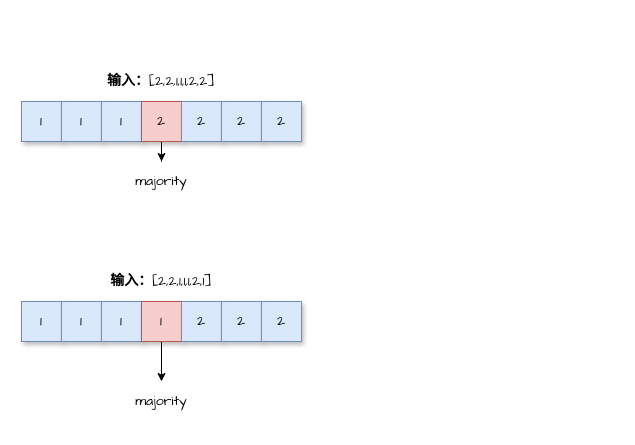
goldknife6/algorithm keeps this draw.io diagram as draw.io/多数元素.drawio. Above is the earlier version. Source tidied: cells renumbered, new cells numbered last; positions are measured from the earlier drawing's top-left corner, leaving out a move shared by most shapes. Both pictures are drawn from the tidied source at 100%, with x=0, y=0 at pixel (21, 61).
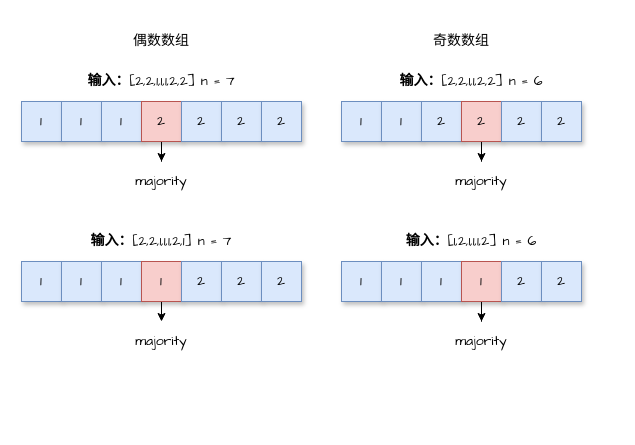
After the change.

Commit message (it also covers changes not shown here):
更新多数元素.drawio

What changed in the source:
```diff
@@
     <mxCell id="10" value="&lt;font style=&quot;font-size: 14px&quot; face=&quot;Comic Sans MS&quot;&gt;1&lt;/font&gt;" style="rounded=0;whiteSpace=wrap;html=1;shadow=1;sketch=0;fillColor=#dae8fc;strokeColor=#6c8ebf;" parent="1" vertex="1">
-      <mxGeometry y="240" width="40" height="40" as="geometry" />
+      <mxGeometry y="200" width="40" height="40" as="geometry" />
     </mxCell>
     <mxCell id="11" value="&lt;font style=&quot;font-size: 14px&quot; face=&quot;Comic Sans MS&quot;&gt;1&lt;/font&gt;" style="rounded=0;whiteSpace=wrap;html=1;shadow=1;sketch=0;fillColor=#dae8fc;strokeColor=#6c8ebf;" parent="1" vertex="1">
-      <mxGeometry x="40" y="240" width="40" height="40" as="geometry" />
+      <mxGeometry x="40" y="200" width="40" height="40" as="geometry" />
     </mxCell>
     <mxCell id="12" value="&lt;font style=&quot;font-size: 14px&quot; face=&quot;Comic Sans MS&quot;&gt;1&lt;/font&gt;" style="rounded=0;whiteSpace=wrap;html=1;shadow=1;sketch=0;fillColor=#dae8fc;strokeColor=#6c8ebf;" parent="1" vertex="1">
-      <mxGeometry x="80" y="240" width="40" height="40" as="geometry" />
+      <mxGeometry x="80" y="200" width="40" height="40" as="geometry" />
     </mxCell>
@@
     <mxCell id="14" value="&lt;font style=&quot;font-size: 14px&quot; face=&quot;Comic Sans MS&quot;&gt;1&lt;/font&gt;" style="rounded=0;whiteSpace=wrap;html=1;shadow=1;sketch=0;fillColor=#f8cecc;strokeColor=#b85450;" parent="1" vertex="1">
-      <mxGeometry x="120" y="240" width="40" height="40" as="geometry" />
+      <mxGeometry x="120" y="200" width="40" height="40" as="geometry" />
     </mxCell>
     <mxCell id="15" value="&lt;font style=&quot;font-size: 14px&quot; face=&quot;Comic Sans MS&quot;&gt;2&lt;/font&gt;" style="rounded=0;whiteSpace=wrap;html=1;shadow=1;sketch=0;fillColor=#dae8fc;strokeColor=#6c8ebf;" parent="1" vertex="1">
-      <mxGeometry x="160" y="240" width="40" height="40" as="geometry" />
+      <mxGeometry x="160" y="200" width="40" height="40" as="geometry" />
     </mxCell>
     <mxCell id="16" value="&lt;font style=&quot;font-size: 14px&quot; face=&quot;Comic Sans MS&quot;&gt;2&lt;/font&gt;" style="rounded=0;whiteSpace=wrap;html=1;shadow=1;sketch=0;fillColor=#dae8fc;strokeColor=#6c8ebf;" parent="1" vertex="1">
-      <mxGeometry x="200" y="240" width="40" height="40" as="geometry" />
+      <mxGeometry x="200" y="200" width="40" height="40" as="geometry" />
     </mxCell>
     <mxCell id="17" value="&lt;font style=&quot;font-size: 14px&quot; face=&quot;Comic Sans MS&quot;&gt;2&lt;/font&gt;" style="rounded=0;whiteSpace=wrap;html=1;shadow=1;sketch=0;fillColor=#dae8fc;strokeColor=#6c8ebf;" parent="1" vertex="1">
-      <mxGeometry x="240" y="240" width="40" height="40" as="geometry" />
+      <mxGeometry x="240" y="200" width="40" height="40" as="geometry" />
     </mxCell>
-    <mxCell id="18" value="&lt;div class=&quot;okr-block-clipboard&quot;&gt;&lt;/div&gt;&lt;div&gt;&lt;blockquote&gt;&lt;b&gt;输入：&lt;/b&gt;[2,2,1,1,1,2,2]&lt;/blockquote&gt;&lt;/div&gt;" style="text;html=1;strokeColor=none;fillColor=none;align=center;verticalAlign=middle;whiteSpace=wrap;rounded=0;shadow=1;sketch=0;fontFamily=Comic Sans MS;fontSize=14;" parent="1" vertex="1">
+    <mxCell id="18" value="&lt;div class=&quot;okr-block-clipboard&quot;&gt;&lt;/div&gt;&lt;div&gt;&lt;blockquote&gt;&lt;b&gt;输入：&lt;/b&gt;[2,2,1,1,1,2,2] n = 7&lt;/blockquote&gt;&lt;/div&gt;" style="text;html=1;strokeColor=none;fillColor=none;align=center;verticalAlign=middle;whiteSpace=wrap;rounded=0;shadow=1;sketch=0;fontFamily=Comic Sans MS;fontSize=14;" parent="1" vertex="1">
       <mxGeometry width="280" height="40" as="geometry" />
     </mxCell>
-    <mxCell id="19" value="&lt;div class=&quot;okr-block-clipboard&quot;&gt;&lt;/div&gt;&lt;div&gt;&lt;blockquote&gt;&lt;b&gt;输入：&lt;/b&gt;[2,2,1,1,1,2,1]&lt;/blockquote&gt;&lt;/div&gt;" style="text;html=1;strokeColor=none;fillColor=none;align=center;verticalAlign=middle;whiteSpace=wrap;rounded=0;shadow=1;sketch=0;fontFamily=Comic Sans MS;fontSize=14;" parent="1" vertex="1">
-      <mxGeometry y="200" width="280" height="40" as="geometry" />
+    <mxCell id="19" value="&lt;div class=&quot;okr-block-clipboard&quot;&gt;&lt;/div&gt;&lt;div&gt;&lt;blockquote&gt;&lt;b&gt;输入：&lt;/b&gt;[2,2,1,1,1,2,1] n = 7&lt;/blockquote&gt;&lt;/div&gt;" style="text;html=1;strokeColor=none;fillColor=none;align=center;verticalAlign=middle;whiteSpace=wrap;rounded=0;shadow=1;sketch=0;fontFamily=Comic Sans MS;fontSize=14;" parent="1" vertex="1">
+      <mxGeometry y="160" width="280" height="40" as="geometry" />
     </mxCell>
@@
     <mxCell id="21" value="majority" style="text;html=1;strokeColor=none;fillColor=none;align=center;verticalAlign=middle;whiteSpace=wrap;rounded=0;shadow=1;sketch=0;fontFamily=Comic Sans MS;fontSize=14;" parent="1" vertex="1">
-      <mxGeometry x="80" y="320" width="120" height="40" as="geometry" />
+      <mxGeometry x="80" y="260" width="120" height="40" as="geometry" />
     </mxCell>
+    <mxCell id="22" value="&lt;font style=&quot;font-size: 14px&quot; face=&quot;Comic Sans MS&quot;&gt;1&lt;/font&gt;" style="rounded=0;whiteSpace=wrap;html=1;shadow=1;sketch=0;fillColor=#dae8fc;strokeColor=#6c8ebf;" parent="1" vertex="1">
+      <mxGeometry x="320" y="40" width="40" height="40" as="geometry" />
+    </mxCell>
+    <mxCell id="23" value="&lt;font style=&quot;font-size: 14px&quot; face=&quot;Comic Sans MS&quot;&gt;1&lt;/font&gt;" style="rounded=0;whiteSpace=wrap;html=1;shadow=1;sketch=0;fillColor=#dae8fc;strokeColor=#6c8ebf;" parent="1" vertex="1">
+      <mxGeometry x="360" y="40" width="40" height="40" as="geometry" />
+    </mxCell>
+    <mxCell id="24" value="&lt;font style=&quot;font-size: 14px&quot; face=&quot;Comic Sans MS&quot;&gt;2&lt;/font&gt;" style="rounded=0;whiteSpace=wrap;html=1;shadow=1;sketch=0;fillColor=#dae8fc;strokeColor=#6c8ebf;" parent="1" vertex="1">
+      <mxGeometry x="400" y="40" width="40" height="40" as="geometry" />
+    </mxCell>
+    <mxCell id="25" style="edgeStyle=orthogonalEdgeStyle;rounded=0;jettySize=auto;html=1;exitX=0.5;exitY=1;exitDx=0;exitDy=0;fontFamily=Comic Sans MS;fontSize=14;" parent="1" edge="1" source="26" target="30">
+      <mxGeometry relative="1" as="geometry" />
+    </mxCell>
+    <mxCell id="26" value="&lt;font style=&quot;font-size: 14px&quot; face=&quot;Comic Sans MS&quot;&gt;2&lt;/font&gt;" style="rounded=0;whiteSpace=wrap;html=1;shadow=1;sketch=0;fillColor=#f8cecc;strokeColor=#b85450;" parent="1" vertex="1">
+      <mxGeometry x="440" y="40" width="40" height="40" as="geometry" />
+    </mxCell>
+    <mxCell id="27" value="&lt;font style=&quot;font-size: 14px&quot; face=&quot;Comic Sans MS&quot;&gt;2&lt;/font&gt;" style="rounded=0;whiteSpace=wrap;html=1;shadow=1;sketch=0;fillColor=#dae8fc;strokeColor=#6c8ebf;" parent="1" vertex="1">
+      <mxGeometry x="480" y="40" width="40" height="40" as="geometry" />
+    </mxCell>
+    <mxCell id="28" value="&lt;font style=&quot;font-size: 14px&quot; face=&quot;Comic Sans MS&quot;&gt;2&lt;/font&gt;" style="rounded=0;whiteSpace=wrap;html=1;shadow=1;sketch=0;fillColor=#dae8fc;strokeColor=#6c8ebf;" parent="1" vertex="1">
+      <mxGeometry x="520" y="40" width="40" height="40" as="geometry" />
+    </mxCell>
+    <mxCell id="29" value="&lt;div class=&quot;okr-block-clipboard&quot;&gt;&lt;/div&gt;&lt;div&gt;&lt;blockquote&gt;&lt;b&gt;输入：&lt;/b&gt;[2,2,1,1,2,2] n = 6&lt;/blockquote&gt;&lt;/div&gt;" style="text;html=1;strokeColor=none;fillColor=none;align=center;verticalAlign=middle;whiteSpace=wrap;rounded=0;shadow=1;sketch=0;fontFamily=Comic Sans MS;fontSize=14;" parent="1" vertex="1">
+      <mxGeometry x="310" width="280" height="40" as="geometry" />
+    </mxCell>
+    <mxCell id="30" value="majority" style="text;html=1;strokeColor=none;fillColor=none;align=center;verticalAlign=middle;whiteSpace=wrap;rounded=0;shadow=1;sketch=0;fontFamily=Comic Sans MS;fontSize=14;" parent="1" vertex="1">
+      <mxGeometry x="400" y="100" width="120" height="40" as="geometry" />
+    </mxCell>
+    <mxCell id="31" value="偶数数组" style="text;html=1;strokeColor=none;fillColor=none;align=center;verticalAlign=middle;whiteSpace=wrap;rounded=0;shadow=1;sketch=0;fontFamily=Comic Sans MS;fontSize=14;fontColor=#000000;" parent="1" vertex="1">
+      <mxGeometry x="80" y="-40" width="120" height="40" as="geometry" />
+    </mxCell>
+    <mxCell id="32" value="奇数数组" style="text;html=1;strokeColor=none;fillColor=none;align=center;verticalAlign=middle;whiteSpace=wrap;rounded=0;shadow=1;sketch=0;fontFamily=Comic Sans MS;fontSize=14;fontColor=#000000;" parent="1" vertex="1">
+      <mxGeometry x="380" y="-40" width="120" height="40" as="geometry" />
+    </mxCell>
+    <mxCell id="33" value="&lt;font style=&quot;font-size: 14px&quot; face=&quot;Comic Sans MS&quot;&gt;1&lt;/font&gt;" style="rounded=0;whiteSpace=wrap;html=1;shadow=1;sketch=0;fillColor=#dae8fc;strokeColor=#6c8ebf;" parent="1" vertex="1">
+      <mxGeometry x="320" y="200" width="40" height="40" as="geometry" />
+    </mxCell>
+    <mxCell id="34" value="&lt;font style=&quot;font-size: 14px&quot; face=&quot;Comic Sans MS&quot;&gt;1&lt;/font&gt;" style="rounded=0;whiteSpace=wrap;html=1;shadow=1;sketch=0;fillColor=#dae8fc;strokeColor=#6c8ebf;" parent="1" vertex="1">
+      <mxGeometry x="360" y="200" width="40" height="40" as="geometry" />
+    </mxCell>
+    <mxCell id="35" value="&lt;font style=&quot;font-size: 14px&quot; face=&quot;Comic Sans MS&quot;&gt;1&lt;/font&gt;" style="rounded=0;whiteSpace=wrap;html=1;shadow=1;sketch=0;fillColor=#dae8fc;strokeColor=#6c8ebf;" parent="1" vertex="1">
+      <mxGeometry x="400" y="200" width="40" height="40" as="geometry" />
+    </mxCell>
+    <mxCell id="36" style="edgeStyle=orthogonalEdgeStyle;rounded=0;jettySize=auto;html=1;exitX=0.5;exitY=1;exitDx=0;exitDy=0;fontFamily=Comic Sans MS;fontSize=14;" parent="1" edge="1" source="37" target="41">
+      <mxGeometry relative="1" as="geometry" />
+    </mxCell>
+    <mxCell id="37" value="&lt;font style=&quot;font-size: 14px&quot; face=&quot;Comic Sans MS&quot;&gt;1&lt;/font&gt;" style="rounded=0;whiteSpace=wrap;html=1;shadow=1;sketch=0;fillColor=#f8cecc;strokeColor=#b85450;" parent="1" vertex="1">
+      <mxGeometry x="440" y="200" width="40" height="40" as="geometry" />
+    </mxCell>
+    <mxCell id="38" value="&lt;font style=&quot;font-size: 14px&quot; face=&quot;Comic Sans MS&quot;&gt;2&lt;/font&gt;" style="rounded=0;whiteSpace=wrap;html=1;shadow=1;sketch=0;fillColor=#dae8fc;strokeColor=#6c8ebf;" parent="1" vertex="1">
+      <mxGeometry x="480" y="200" width="40" height="40" as="geometry" />
+    </mxCell>
+    <mxCell id="39" value="&lt;font style=&quot;font-size: 14px&quot; face=&quot;Comic Sans MS&quot;&gt;2&lt;/font&gt;" style="rounded=0;whiteSpace=wrap;html=1;shadow=1;sketch=0;fillColor=#dae8fc;strokeColor=#6c8ebf;" parent="1" vertex="1">
+      <mxGeometry x="520" y="200" width="40" height="40" as="geometry" />
+    </mxCell>
+    <mxCell id="40" value="&lt;div class=&quot;okr-block-clipboard&quot;&gt;&lt;/div&gt;&lt;div&gt;&lt;blockquote&gt;&lt;b&gt;输入：&lt;/b&gt;[1,2,1,1,1,2] n = 6&lt;/blockquote&gt;&lt;/div&gt;" style="text;html=1;strokeColor=none;fillColor=none;align=center;verticalAlign=middle;whiteSpace=wrap;rounded=0;shadow=1;sketch=0;fontFamily=Comic Sans MS;fontSize=14;" parent="1" vertex="1">
+      <mxGeometry x="310" y="160" width="280" height="40" as="geometry" />
+    </mxCell>
+    <mxCell id="41" value="majority" style="text;html=1;strokeColor=none;fillColor=none;align=center;verticalAlign=middle;whiteSpace=wrap;rounded=0;shadow=1;sketch=0;fontFamily=Comic Sans MS;fontSize=14;" parent="1" vertex="1">
+      <mxGeometry x="400" y="260" width="120" height="40" as="geometry" />
+    </mxCell>
```
